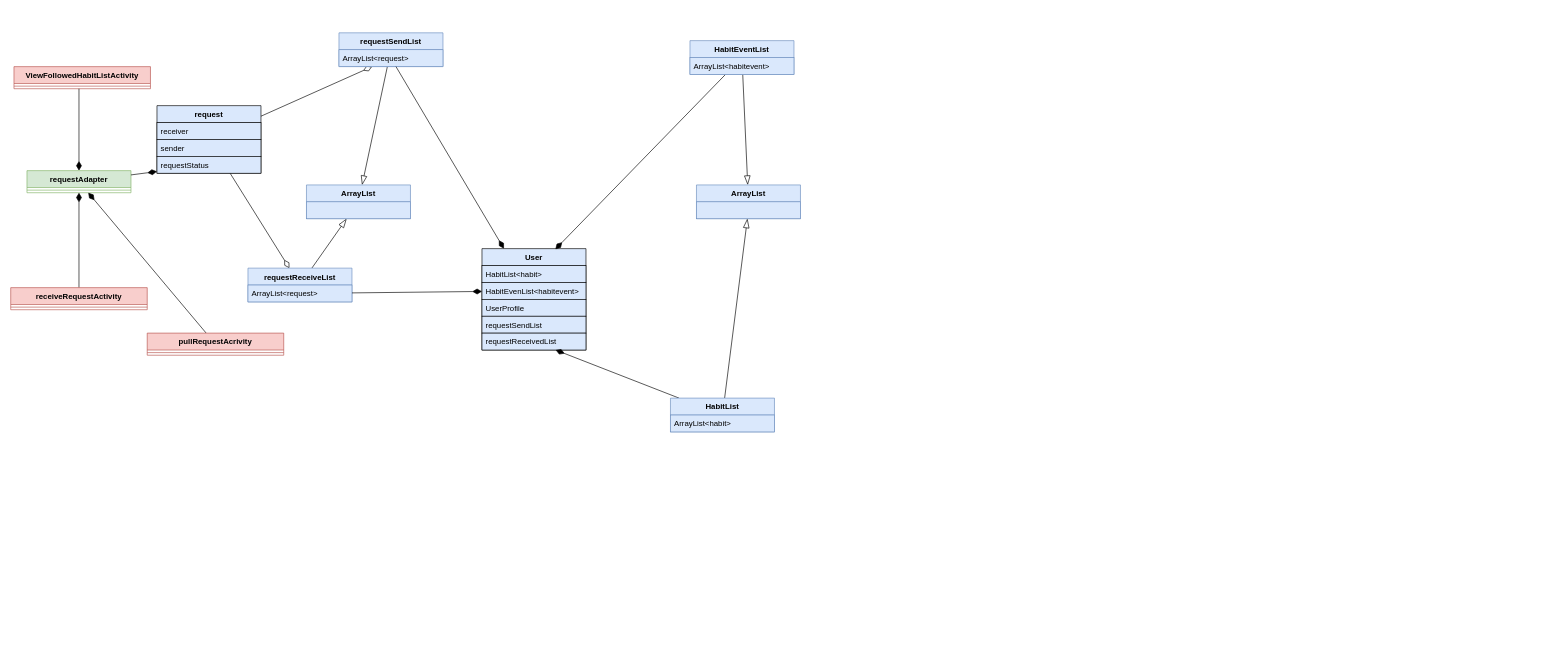
Above: UML.drawio in HaoweiYu/CMPUT301F21T24 (draw.io), before the change. Source tidied: cells renumbered, new cells numbered last; positions are measured from the earlier drawing's top-left corner, leaving out a move shared by most shapes. Both pictures are drawn from the tidied source at 65%, with x=0, y=0 at pixel (10, 32).
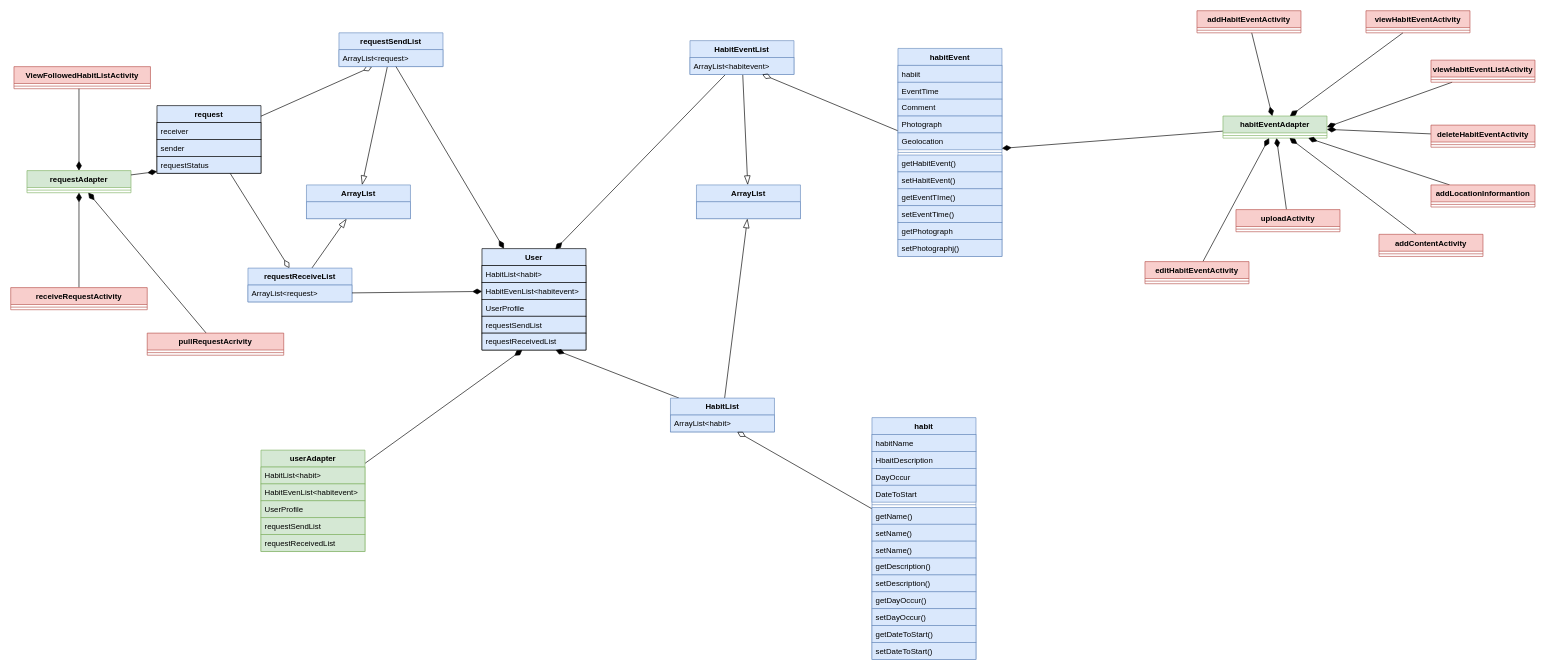
After the change.

Unchanged cells that the change refers to:
```xml
<mxCell id="33" value="requestReceivedList" style="text;strokeColor=default;fillColor=#dae8fc;align=left;verticalAlign=top;spacingLeft=4;spacingRight=4;overflow=hidden;points=[[0,0.5],[1,0.5]];portConstraint=eastwest;" parent="28" vertex="1">
  <mxGeometry y="130" width="160" height="26" as="geometry" />
</mxCell>
<mxCell id="39" value="ArrayList&lt;habitevent&gt;" style="text;strokeColor=#6c8ebf;fillColor=#dae8fc;align=left;verticalAlign=top;spacingLeft=4;spacingRight=4;overflow=hidden;points=[[0,0.5],[1,0.5]];portConstraint=eastwest;" parent="38" vertex="1">
  <mxGeometry y="26" width="160" height="26" as="geometry" />
</mxCell>
<mxCell id="45" value="ArrayList&lt;habit&gt;" style="text;strokeColor=#6c8ebf;fillColor=#dae8fc;align=left;verticalAlign=top;spacingLeft=4;spacingRight=4;overflow=hidden;points=[[0,0.5],[1,0.5]];portConstraint=eastwest;" parent="44" vertex="1">
  <mxGeometry y="26" width="160" height="26" as="geometry" />
</mxCell>
```

Diff of the diagram source:
```diff
@@
+    <mxCell id="46" style="edgeStyle=none;rounded=0;jumpStyle=line;jettySize=auto;html=1;endArrow=diamondThin;endFill=0;endSize=12;strokeWidth=1;" parent="1" edge="1" source="47" target="39">
+      <mxGeometry relative="1" as="geometry" />
+    </mxCell>
+    <mxCell id="47" value="habitEvent" style="swimlane;fontStyle=1;align=center;verticalAlign=top;horizontal=1;startSize=26;strokeColor=#6c8ebf;fillColor=#dae8fc;" parent="1" vertex="1">
+      <mxGeometry x="1365" y="24" width="160" height="320" as="geometry" />
+    </mxCell>
+    <mxCell id="48" value="habiit" style="text;strokeColor=#6c8ebf;fillColor=#dae8fc;align=left;verticalAlign=top;spacingLeft=4;spacingRight=4;overflow=hidden;" parent="47" vertex="1">
+      <mxGeometry y="26" width="160" height="26" as="geometry" />
+    </mxCell>
+    <mxCell id="49" value="EventTime" style="text;strokeColor=#6c8ebf;fillColor=#dae8fc;align=left;verticalAlign=top;spacingLeft=4;spacingRight=4;overflow=hidden;" parent="47" vertex="1">
+      <mxGeometry y="52" width="160" height="26" as="geometry" />
+    </mxCell>
+    <mxCell id="50" value="Comment" style="text;strokeColor=#6c8ebf;fillColor=#dae8fc;align=left;verticalAlign=top;spacingLeft=4;spacingRight=4;overflow=hidden;" parent="47" vertex="1">
+      <mxGeometry y="78" width="160" height="26" as="geometry" />
+    </mxCell>
+    <mxCell id="51" value="Photograph" style="text;strokeColor=#6c8ebf;fillColor=#dae8fc;align=left;verticalAlign=top;spacingLeft=4;spacingRight=4;overflow=hidden;" parent="47" vertex="1">
+      <mxGeometry y="104" width="160" height="26" as="geometry" />
+    </mxCell>
+    <mxCell id="52" value="Geolocation" style="text;strokeColor=#6c8ebf;fillColor=#dae8fc;align=left;verticalAlign=top;spacingLeft=4;spacingRight=4;overflow=hidden;" parent="47" vertex="1">
+      <mxGeometry y="130" width="160" height="26" as="geometry" />
+    </mxCell>
+    <mxCell id="53" style="line;strokeWidth=1;fillColor=#dae8fc;align=left;verticalAlign=middle;spacingTop=-1;spacingLeft=3;spacingRight=3;labelPosition=right;strokeColor=#6c8ebf;" parent="47" vertex="1">
+      <mxGeometry y="156" width="160" height="8" as="geometry" />
+    </mxCell>
+    <mxCell id="54" value="getHabitEvent()" style="text;strokeColor=#6c8ebf;fillColor=#dae8fc;align=left;verticalAlign=top;spacingLeft=4;spacingRight=4;overflow=hidden;" parent="47" vertex="1">
+      <mxGeometry y="164" width="160" height="26" as="geometry" />
+    </mxCell>
+    <mxCell id="55" value="setHabitEvent()" style="text;strokeColor=#6c8ebf;fillColor=#dae8fc;align=left;verticalAlign=top;spacingLeft=4;spacingRight=4;overflow=hidden;" parent="47" vertex="1">
+      <mxGeometry y="190" width="160" height="26" as="geometry" />
+    </mxCell>
+    <mxCell id="56" value="getEventTIme()" style="text;strokeColor=#6c8ebf;fillColor=#dae8fc;align=left;verticalAlign=top;spacingLeft=4;spacingRight=4;overflow=hidden;" parent="47" vertex="1">
+      <mxGeometry y="216" width="160" height="26" as="geometry" />
+    </mxCell>
+    <mxCell id="57" value="setEventTime()" style="text;strokeColor=#6c8ebf;fillColor=#dae8fc;align=left;verticalAlign=top;spacingLeft=4;spacingRight=4;overflow=hidden;" parent="47" vertex="1">
+      <mxGeometry y="242" width="160" height="26" as="geometry" />
+    </mxCell>
+    <mxCell id="58" value="getPhotograph" style="text;strokeColor=#6c8ebf;fillColor=#dae8fc;align=left;verticalAlign=top;spacingLeft=4;spacingRight=4;overflow=hidden;" parent="47" vertex="1">
+      <mxGeometry y="268" width="160" height="26" as="geometry" />
+    </mxCell>
+    <mxCell id="59" value="setPhotographj()" style="text;strokeColor=#6c8ebf;fillColor=#dae8fc;align=left;verticalAlign=top;spacingLeft=4;spacingRight=4;overflow=hidden;" parent="47" vertex="1">
+      <mxGeometry y="294" width="160" height="26" as="geometry" />
+    </mxCell>
+    <mxCell id="60" style="edgeStyle=none;rounded=0;jumpStyle=line;jettySize=auto;html=1;endArrow=diamondThin;endFill=0;endSize=12;strokeWidth=1;" parent="1" edge="1" source="61" target="45">
+      <mxGeometry relative="1" as="geometry" />
+    </mxCell>
+    <mxCell id="61" value="habit" style="swimlane;fontStyle=1;align=center;verticalAlign=top;horizontal=1;startSize=26;strokeColor=#6c8ebf;fillColor=#dae8fc;" parent="1" vertex="1">
+      <mxGeometry x="1325" y="592" width="160" height="372" as="geometry" />
+    </mxCell>
+    <mxCell id="62" value="habitName" style="text;strokeColor=#6c8ebf;fillColor=#dae8fc;align=left;verticalAlign=top;spacingLeft=4;spacingRight=4;overflow=hidden;" parent="61" vertex="1">
+      <mxGeometry y="26" width="160" height="26" as="geometry" />
+    </mxCell>
+    <mxCell id="63" value="HbaitDescription" style="text;strokeColor=#6c8ebf;fillColor=#dae8fc;align=left;verticalAlign=top;spacingLeft=4;spacingRight=4;overflow=hidden;" parent="61" vertex="1">
+      <mxGeometry y="52" width="160" height="26" as="geometry" />
+    </mxCell>
+    <mxCell id="64" value="DayOccur" style="text;strokeColor=#6c8ebf;fillColor=#dae8fc;align=left;verticalAlign=top;spacingLeft=4;spacingRight=4;overflow=hidden;" parent="61" vertex="1">
+      <mxGeometry y="78" width="160" height="26" as="geometry" />
+    </mxCell>
+    <mxCell id="65" value="DateToStart" style="text;strokeColor=#6c8ebf;fillColor=#dae8fc;align=left;verticalAlign=top;spacingLeft=4;spacingRight=4;overflow=hidden;" parent="61" vertex="1">
+      <mxGeometry y="104" width="160" height="26" as="geometry" />
+    </mxCell>
+    <mxCell id="66" style="line;strokeWidth=1;fillColor=#dae8fc;align=left;verticalAlign=middle;spacingTop=-1;spacingLeft=3;spacingRight=3;labelPosition=right;strokeColor=#6c8ebf;" parent="61" vertex="1">
+      <mxGeometry y="130" width="160" height="8" as="geometry" />
+    </mxCell>
+    <mxCell id="67" value="getName()" style="text;strokeColor=#6c8ebf;fillColor=#dae8fc;align=left;verticalAlign=top;spacingLeft=4;spacingRight=4;overflow=hidden;" parent="61" vertex="1">
+      <mxGeometry y="138" width="160" height="26" as="geometry" />
+    </mxCell>
+    <mxCell id="68" value="setName()" style="text;strokeColor=#6c8ebf;fillColor=#dae8fc;align=left;verticalAlign=top;spacingLeft=4;spacingRight=4;overflow=hidden;" parent="61" vertex="1">
+      <mxGeometry y="164" width="160" height="26" as="geometry" />
+    </mxCell>
+    <mxCell id="69" value="setName()" style="text;strokeColor=#6c8ebf;fillColor=#dae8fc;align=left;verticalAlign=top;spacingLeft=4;spacingRight=4;overflow=hidden;" parent="61" vertex="1">
+      <mxGeometry y="190" width="160" height="26" as="geometry" />
+    </mxCell>
+    <mxCell id="70" value="getDescription()" style="text;strokeColor=#6c8ebf;fillColor=#dae8fc;align=left;verticalAlign=top;spacingLeft=4;spacingRight=4;overflow=hidden;" parent="61" vertex="1">
+      <mxGeometry y="216" width="160" height="26" as="geometry" />
+    </mxCell>
+    <mxCell id="71" value="setDescription()" style="text;strokeColor=#6c8ebf;fillColor=#dae8fc;align=left;verticalAlign=top;spacingLeft=4;spacingRight=4;overflow=hidden;" parent="61" vertex="1">
+      <mxGeometry y="242" width="160" height="26" as="geometry" />
+    </mxCell>
+    <mxCell id="72" value="getDayOccur()" style="text;strokeColor=#6c8ebf;fillColor=#dae8fc;align=left;verticalAlign=top;spacingLeft=4;spacingRight=4;overflow=hidden;" parent="61" vertex="1">
+      <mxGeometry y="268" width="160" height="26" as="geometry" />
+    </mxCell>
+    <mxCell id="73" value="setDayOccur()" style="text;strokeColor=#6c8ebf;fillColor=#dae8fc;align=left;verticalAlign=top;spacingLeft=4;spacingRight=4;overflow=hidden;" parent="61" vertex="1">
+      <mxGeometry y="294" width="160" height="26" as="geometry" />
+    </mxCell>
+    <mxCell id="74" value="getDateToStart()" style="text;strokeColor=#6c8ebf;fillColor=#dae8fc;align=left;verticalAlign=top;spacingLeft=4;spacingRight=4;overflow=hidden;" parent="61" vertex="1">
+      <mxGeometry y="320" width="160" height="26" as="geometry" />
+    </mxCell>
+    <mxCell id="75" value="setDateToStart()" style="text;strokeColor=#6c8ebf;fillColor=#dae8fc;align=left;verticalAlign=top;spacingLeft=4;spacingRight=4;overflow=hidden;" parent="61" vertex="1">
+      <mxGeometry y="346" width="160" height="26" as="geometry" />
+    </mxCell>
+    <mxCell id="76" style="edgeStyle=none;rounded=0;jumpStyle=line;jettySize=auto;html=1;endArrow=diamondThin;endFill=1;endSize=12;strokeWidth=1;" parent="1" edge="1" source="77" target="47">
+      <mxGeometry relative="1" as="geometry" />
+    </mxCell>
+    <mxCell id="77" value="habitEventAdapter" style="swimlane;fontStyle=1;align=center;verticalAlign=top;horizontal=1;startSize=26;strokeColor=#82b366;fillColor=#d5e8d4;" parent="1" vertex="1">
+      <mxGeometry x="1865" y="128" width="160" height="34" as="geometry" />
+    </mxCell>
+    <mxCell id="78" style="line;strokeWidth=1;fillColor=#d5e8d4;align=left;verticalAlign=middle;spacingTop=-1;spacingLeft=3;spacingRight=3;labelPosition=right;strokeColor=#82b366;" parent="77" vertex="1">
+      <mxGeometry y="26" width="160" height="8" as="geometry" />
+    </mxCell>
+    <mxCell id="79" style="edgeStyle=none;rounded=0;jumpStyle=line;jettySize=auto;html=1;endArrow=diamondThin;endFill=1;endSize=12;strokeWidth=1;" parent="1" edge="1" source="80" target="77">
+      <mxGeometry relative="1" as="geometry" />
+    </mxCell>
+    <mxCell id="80" value="uploadActivity" style="swimlane;fontStyle=1;align=center;verticalAlign=top;horizontal=1;startSize=26;strokeColor=#b85450;fillColor=#f8cecc;" parent="1" vertex="1">
+      <mxGeometry x="1885" y="272" width="160" height="34" as="geometry" />
+    </mxCell>
+    <mxCell id="81" style="line;strokeWidth=1;fillColor=#f8cecc;align=left;verticalAlign=middle;spacingTop=-1;spacingLeft=3;spacingRight=3;labelPosition=right;strokeColor=#b85450;" parent="80" vertex="1">
+      <mxGeometry y="26" width="160" height="8" as="geometry" />
+    </mxCell>
+    <mxCell id="82" style="edgeStyle=none;rounded=0;jumpStyle=line;jettySize=auto;html=1;endArrow=diamondThin;endFill=1;endSize=12;strokeWidth=1;" parent="1" edge="1" source="83" target="77">
+      <mxGeometry relative="1" as="geometry" />
+    </mxCell>
+    <mxCell id="83" value="editHabitEventActivity" style="swimlane;fontStyle=1;align=center;verticalAlign=top;horizontal=1;startSize=26;strokeColor=#b85450;fillColor=#f8cecc;" parent="1" vertex="1">
+      <mxGeometry x="1745" y="352" width="160" height="34" as="geometry" />
+    </mxCell>
+    <mxCell id="84" style="line;strokeWidth=1;fillColor=#f8cecc;align=left;verticalAlign=middle;spacingTop=-1;spacingLeft=3;spacingRight=3;labelPosition=right;strokeColor=#b85450;" parent="83" vertex="1">
+      <mxGeometry y="26" width="160" height="8" as="geometry" />
+    </mxCell>
+    <mxCell id="85" style="edgeStyle=none;rounded=0;jumpStyle=line;jettySize=auto;html=1;endArrow=diamondThin;endFill=1;endSize=12;strokeWidth=1;" parent="1" edge="1" source="86" target="77">
+      <mxGeometry relative="1" as="geometry" />
+    </mxCell>
+    <mxCell id="86" value="addHabitEventActivity" style="swimlane;fontStyle=1;align=center;verticalAlign=top;horizontal=1;startSize=26;strokeColor=#b85450;fillColor=#f8cecc;" parent="1" vertex="1">
+      <mxGeometry x="1825" y="-34" width="160" height="34" as="geometry" />
+    </mxCell>
+    <mxCell id="87" style="line;strokeWidth=1;fillColor=#f8cecc;align=left;verticalAlign=middle;spacingTop=-1;spacingLeft=3;spacingRight=3;labelPosition=right;strokeColor=#b85450;" parent="86" vertex="1">
+      <mxGeometry y="26" width="160" height="8" as="geometry" />
+    </mxCell>
+    <mxCell id="88" style="edgeStyle=none;rounded=0;jumpStyle=line;jettySize=auto;html=1;endArrow=diamondThin;endFill=1;endSize=12;strokeWidth=1;" parent="1" edge="1" source="89" target="77">
+      <mxGeometry relative="1" as="geometry" />
+    </mxCell>
+    <mxCell id="89" value="viewHabitEventActivity" style="swimlane;fontStyle=1;align=center;verticalAlign=top;horizontal=1;startSize=26;strokeColor=#b85450;fillColor=#f8cecc;" parent="1" vertex="1">
+      <mxGeometry x="2085" y="-34" width="160" height="34" as="geometry" />
+    </mxCell>
+    <mxCell id="90" style="line;strokeWidth=1;fillColor=#f8cecc;align=left;verticalAlign=middle;spacingTop=-1;spacingLeft=3;spacingRight=3;labelPosition=right;strokeColor=#b85450;" parent="89" vertex="1">
+      <mxGeometry y="26" width="160" height="8" as="geometry" />
+    </mxCell>
+    <mxCell id="91" style="edgeStyle=none;rounded=0;jumpStyle=line;jettySize=auto;html=1;entryX=1;entryY=0.5;entryDx=0;entryDy=0;endArrow=diamondThin;endFill=1;endSize=12;strokeWidth=1;" parent="1" edge="1" source="92" target="77">
+      <mxGeometry relative="1" as="geometry" />
+    </mxCell>
+    <mxCell id="92" value="viewHabitEventListActivity" style="swimlane;fontStyle=1;align=center;verticalAlign=top;horizontal=1;startSize=26;strokeColor=#b85450;fillColor=#f8cecc;" parent="1" vertex="1">
+      <mxGeometry x="2185" y="42" width="160" height="34" as="geometry" />
+    </mxCell>
+    <mxCell id="93" style="line;strokeWidth=1;fillColor=#f8cecc;align=left;verticalAlign=middle;spacingTop=-1;spacingLeft=3;spacingRight=3;labelPosition=right;strokeColor=#b85450;" parent="92" vertex="1">
+      <mxGeometry y="26" width="160" height="8" as="geometry" />
+    </mxCell>
+    <mxCell id="94" style="edgeStyle=none;rounded=0;jumpStyle=line;jettySize=auto;html=1;endArrow=diamondThin;endFill=1;endSize=12;strokeWidth=1;" parent="1" edge="1" source="95" target="77">
+      <mxGeometry relative="1" as="geometry" />
+    </mxCell>
+    <mxCell id="95" value="deleteHabitEventActivity" style="swimlane;fontStyle=1;align=center;verticalAlign=top;horizontal=1;startSize=26;strokeColor=#b85450;fillColor=#f8cecc;" parent="1" vertex="1">
+      <mxGeometry x="2185" y="142" width="160" height="34" as="geometry" />
+    </mxCell>
+    <mxCell id="96" style="line;strokeWidth=1;fillColor=#f8cecc;align=left;verticalAlign=middle;spacingTop=-1;spacingLeft=3;spacingRight=3;labelPosition=right;strokeColor=#b85450;" parent="95" vertex="1">
+      <mxGeometry y="26" width="160" height="8" as="geometry" />
+    </mxCell>
+    <mxCell id="97" style="edgeStyle=none;rounded=0;jumpStyle=line;jettySize=auto;html=1;endArrow=diamondThin;endFill=1;endSize=12;strokeWidth=1;" parent="1" edge="1" source="98" target="77">
+      <mxGeometry relative="1" as="geometry" />
+    </mxCell>
+    <mxCell id="98" value="addLocationInformantion" style="swimlane;fontStyle=1;align=center;verticalAlign=top;horizontal=1;startSize=26;strokeColor=#b85450;fillColor=#f8cecc;" parent="1" vertex="1">
+      <mxGeometry x="2185" y="234" width="160" height="34" as="geometry" />
+    </mxCell>
+    <mxCell id="99" style="line;strokeWidth=1;fillColor=#f8cecc;align=left;verticalAlign=middle;spacingTop=-1;spacingLeft=3;spacingRight=3;labelPosition=right;strokeColor=#b85450;" parent="98" vertex="1">
+      <mxGeometry y="26" width="160" height="8" as="geometry" />
+    </mxCell>
+    <mxCell id="100" style="edgeStyle=none;rounded=0;jumpStyle=line;jettySize=auto;html=1;endArrow=diamondThin;endFill=1;endSize=12;strokeWidth=1;" parent="1" edge="1" source="101" target="77">
+      <mxGeometry relative="1" as="geometry" />
+    </mxCell>
+    <mxCell id="101" value="addContentActivity" style="swimlane;fontStyle=1;align=center;verticalAlign=top;horizontal=1;startSize=26;strokeColor=#b85450;fillColor=#f8cecc;" parent="1" vertex="1">
+      <mxGeometry x="2105" y="310" width="160" height="34" as="geometry" />
+    </mxCell>
+    <mxCell id="102" style="line;strokeWidth=1;fillColor=#f8cecc;align=left;verticalAlign=middle;spacingTop=-1;spacingLeft=3;spacingRight=3;labelPosition=right;strokeColor=#b85450;" parent="101" vertex="1">
+      <mxGeometry y="26" width="160" height="8" as="geometry" />
+    </mxCell>
+    <mxCell id="103" style="edgeStyle=none;rounded=0;jumpStyle=line;jettySize=auto;html=1;endArrow=diamondThin;endFill=1;endSize=12;strokeWidth=1;" parent="1" edge="1" source="104" target="33">
+      <mxGeometry relative="1" as="geometry" />
+    </mxCell>
+    <mxCell id="104" value="userAdapter" style="swimlane;fontStyle=1;align=center;verticalAlign=top;horizontal=1;startSize=26;fillColor=#d5e8d4;strokeColor=#82b366;" parent="1" vertex="1">
+      <mxGeometry x="385" y="642" width="160" height="156" as="geometry" />
+    </mxCell>
+    <mxCell id="105" value="HabitList&lt;habit&gt;" style="text;strokeColor=#82b366;fillColor=#d5e8d4;align=left;verticalAlign=top;spacingLeft=4;spacingRight=4;overflow=hidden;" parent="104" vertex="1">
+      <mxGeometry y="26" width="160" height="26" as="geometry" />
+    </mxCell>
+    <mxCell id="106" value="HabitEvenList&lt;habitevent&gt;" style="text;strokeColor=#82b366;fillColor=#d5e8d4;align=left;verticalAlign=top;spacingLeft=4;spacingRight=4;overflow=hidden;" parent="104" vertex="1">
+      <mxGeometry y="52" width="160" height="26" as="geometry" />
+    </mxCell>
+    <mxCell id="107" value="UserProfile" style="text;strokeColor=#82b366;fillColor=#d5e8d4;align=left;verticalAlign=top;spacingLeft=4;spacingRight=4;overflow=hidden;" parent="104" vertex="1">
+      <mxGeometry y="78" width="160" height="26" as="geometry" />
+    </mxCell>
+    <mxCell id="108" value="requestSendList" style="text;strokeColor=#82b366;fillColor=#d5e8d4;align=left;verticalAlign=top;spacingLeft=4;spacingRight=4;overflow=hidden;" parent="104" vertex="1">
+      <mxGeometry y="104" width="160" height="26" as="geometry" />
+    </mxCell>
+    <mxCell id="109" value="requestReceivedList" style="text;strokeColor=#82b366;fillColor=#d5e8d4;align=left;verticalAlign=top;spacingLeft=4;spacingRight=4;overflow=hidden;" parent="104" vertex="1">
+      <mxGeometry y="130" width="160" height="26" as="geometry" />
+    </mxCell>
```
